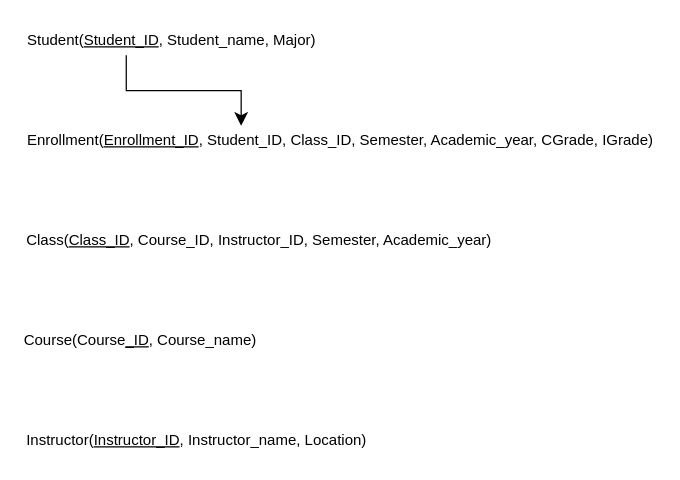
Earlier version of the draw.io diagram Millennium.drawio (S0ra1n0/Database_Programming). Source tidied: cells renumbered, new cells numbered last; positions are measured from the earlier drawing's top-left corner, leaving out a move shared by most shapes. Both pictures are drawn from the tidied source at 125%, with x=0, y=0 at pixel (21, 21).
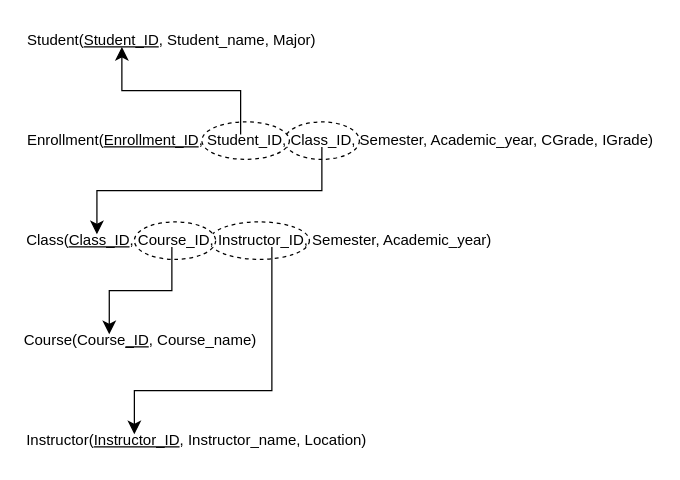
After the change.

Commit message (it also covers changes not shown here):
Cập nhật Millennium.drawio

The edit, as a diff of the source:
```diff
@@
 <mxGraphModel>
   <root>
     <mxCell id="0" />
     <mxCell id="1" parent="0" />
+    <mxCell id="8" value="&lt;div&gt;&lt;br&gt;&lt;/div&gt;&lt;div&gt;&lt;br&gt;&lt;/div&gt;" style="ellipse;whiteSpace=wrap;html=1;align=center;dashed=1;" parent="1" vertex="1">
+      <mxGeometry x="150" y="160" width="80" height="30" as="geometry" />
+    </mxCell>
+    <mxCell id="9" value="&lt;div&gt;&lt;br&gt;&lt;/div&gt;&lt;div&gt;&lt;br&gt;&lt;/div&gt;" style="ellipse;whiteSpace=wrap;html=1;align=center;dashed=1;" parent="1" vertex="1">
+      <mxGeometry x="90" y="160" width="65" height="30" as="geometry" />
+    </mxCell>
+    <mxCell id="10" value="&lt;div&gt;&lt;br&gt;&lt;/div&gt;&lt;div&gt;&lt;br&gt;&lt;/div&gt;" style="ellipse;whiteSpace=wrap;html=1;align=center;dashed=1;" parent="1" vertex="1">
+      <mxGeometry x="210" y="80" width="60" height="30" as="geometry" />
+    </mxCell>
+    <mxCell id="11" value="&lt;div&gt;&lt;br&gt;&lt;/div&gt;&lt;div&gt;&lt;br&gt;&lt;/div&gt;" style="ellipse;whiteSpace=wrap;html=1;align=center;dashed=1;" parent="1" vertex="1">
+      <mxGeometry x="144" y="80" width="70" height="30" as="geometry" />
+    </mxCell>
     <mxCell id="2" value="Student(&lt;u&gt;Student_ID&lt;/u&gt;, Student_name, Major)" style="text;html=1;whiteSpace=wrap;strokeColor=none;fillColor=none;align=center;verticalAlign=middle;rounded=0;" parent="1" vertex="1">
       <mxGeometry width="240" height="30" as="geometry" />
     </mxCell>
     <mxCell id="3" value="Enrollment(&lt;u&gt;Enrollment_ID&lt;/u&gt;,&amp;nbsp;Student_ID, Class_ID, Semester, Academic_year, CGrade, IGrade)" style="text;html=1;whiteSpace=wrap;strokeColor=none;fillColor=none;align=center;verticalAlign=middle;rounded=0;" parent="1" vertex="1">
       <mxGeometry y="80" width="510" height="30" as="geometry" />
     </mxCell>
     <mxCell id="4" value="Class(&lt;u&gt;Class_ID&lt;/u&gt;, Course_ID, Instructor_ID, Semester, Academic_year)" style="text;html=1;whiteSpace=wrap;strokeColor=none;fillColor=none;align=center;verticalAlign=middle;rounded=0;" parent="1" vertex="1">
       <mxGeometry y="160" width="380" height="30" as="geometry" />
     </mxCell>
     <mxCell id="5" value="Instructor(&lt;u&gt;Instructor_ID&lt;/u&gt;, Instructor_name, Location)" style="text;html=1;whiteSpace=wrap;strokeColor=none;fillColor=none;align=center;verticalAlign=middle;rounded=0;" parent="1" vertex="1">
       <mxGeometry y="320" width="280" height="30" as="geometry" />
     </mxCell>
     <mxCell id="6" value="Course(Course&lt;u&gt;_ID&lt;/u&gt;, Course_name)" style="text;html=1;whiteSpace=wrap;strokeColor=none;fillColor=none;align=center;verticalAlign=middle;rounded=0;" parent="1" vertex="1">
       <mxGeometry y="240" width="190" height="30" as="geometry" />
     </mxCell>
-    <mxCell id="7" style="edgeStyle=elbowEdgeStyle;elbow=vertical;endArrow=classic;html=1;curved=0;rounded=0;endSize=8;startSize=8;exitX=0.348;exitY=0.887;exitDx=0;exitDy=0;exitPerimeter=0;entryX=0.344;entryY=0.105;entryDx=0;entryDy=0;entryPerimeter=0;" parent="1" edge="1" source="2" target="3">
-      <mxGeometry relative="1" as="geometry" />
+    <mxCell id="7" style="edgeStyle=elbowEdgeStyle;elbow=vertical;endArrow=classic;html=1;curved=0;rounded=0;endSize=8;startSize=8;" parent="1" edge="1">
+      <mxGeometry relative="1" as="geometry">
+        <mxPoint x="175" y="90" as="sourcePoint" />
+        <mxPoint x="80" y="20" as="targetPoint" />
+      </mxGeometry>
     </mxCell>
+    <mxCell id="12" style="edgeStyle=elbowEdgeStyle;elbow=vertical;endArrow=classic;html=1;curved=0;rounded=0;endSize=8;startSize=8;entryX=0.158;entryY=0.333;entryDx=0;entryDy=0;entryPerimeter=0;" parent="1" edge="1" target="4">
+      <mxGeometry relative="1" as="geometry">
+        <mxPoint x="240" y="100" as="sourcePoint" />
+      </mxGeometry>
+    </mxCell>
+    <mxCell id="13" style="edgeStyle=elbowEdgeStyle;elbow=vertical;endArrow=classic;html=1;curved=0;rounded=0;endSize=8;startSize=8;entryX=0.368;entryY=0.333;entryDx=0;entryDy=0;entryPerimeter=0;" parent="1" edge="1" target="6">
+      <mxGeometry relative="1" as="geometry">
+        <mxPoint x="120" y="180" as="sourcePoint" />
+      </mxGeometry>
+    </mxCell>
+    <mxCell id="14" style="edgeStyle=elbowEdgeStyle;elbow=vertical;endArrow=classic;html=1;curved=0;rounded=0;endSize=8;startSize=8;entryX=0.368;entryY=0.333;entryDx=0;entryDy=0;entryPerimeter=0;" parent="1" edge="1">
+      <mxGeometry relative="1" as="geometry">
+        <mxPoint x="200" y="180" as="sourcePoint" />
+        <mxPoint x="90" y="330" as="targetPoint" />
+        <Array as="points">
+          <mxPoint x="140" y="295" />
+        </Array>
+      </mxGeometry>
+    </mxCell>
   </root>
 </mxGraphModel>
```
